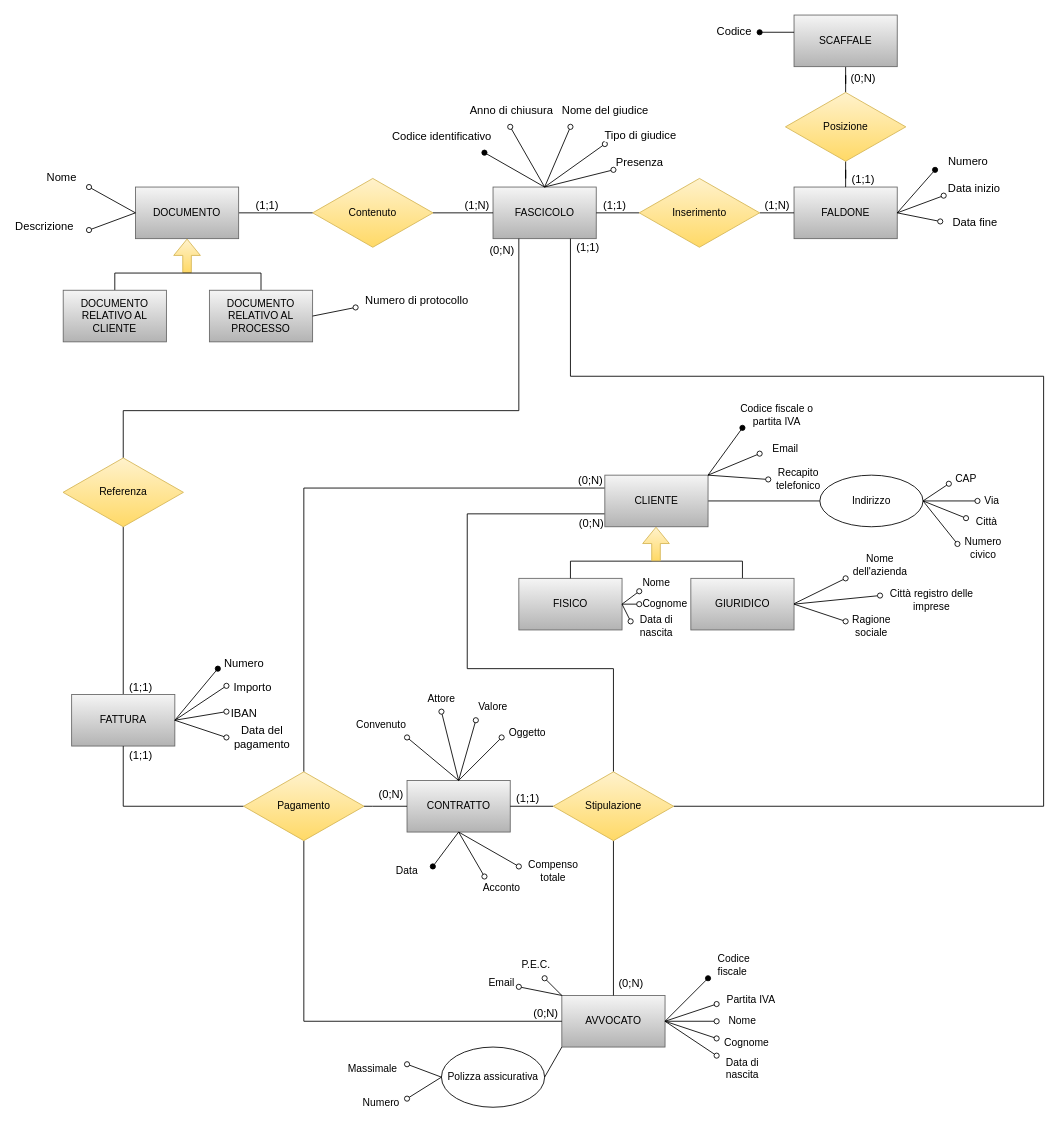
The draw.io diagram DiagrammaER_Completo_Iniziale.drawio in AndreaCiv/BasiDiDati, before the edit. Source tidied: cells renumbered, new cells numbered last; positions are measured from the earlier drawing's top-left corner, leaving out a move shared by most shapes. Both pictures are drawn from the tidied source at 86%, with x=0, y=0 at pixel (63, 15).
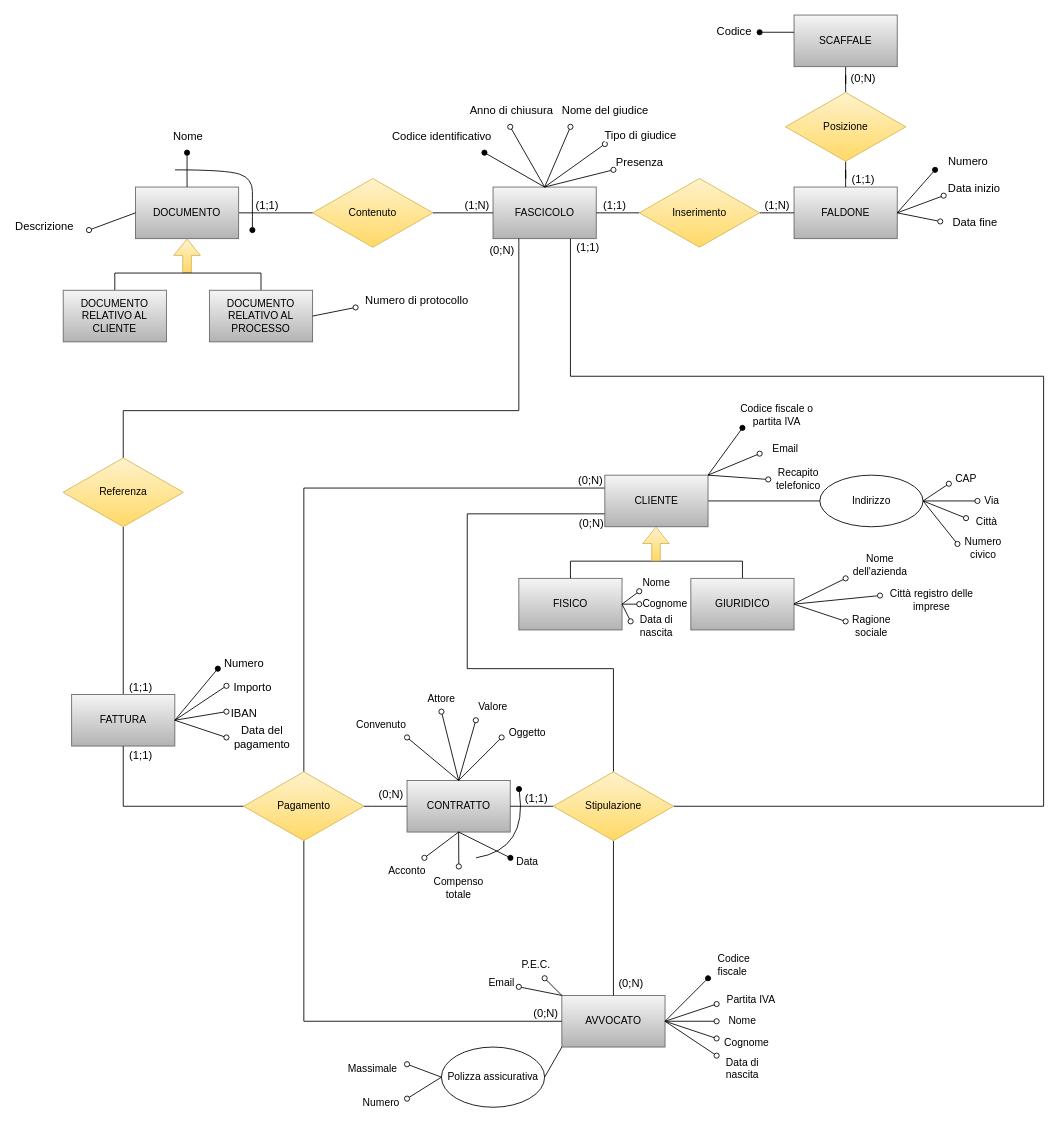
Above is the later version.

Unchanged cells that the change refers to:
```xml
<mxCell id="38" value="DOCUMENTO" style="rounded=0;whiteSpace=wrap;html=1;fillColor=#f5f5f5;gradientColor=#b3b3b3;strokeColor=#666666;" parent="1" vertex="1">
  <mxGeometry x="84" y="200" width="120" height="60" as="geometry" />
</mxCell>
<mxCell id="49" value="CONTRATTO" style="rounded=0;whiteSpace=wrap;html=1;fillColor=#f5f5f5;gradientColor=#b3b3b3;strokeColor=#666666;" parent="1" vertex="1">
  <mxGeometry x="399.8" y="890" width="120" height="60" as="geometry" />
</mxCell>
<mxCell id="56" style="edgeStyle=orthogonalEdgeStyle;rounded=0;jettySize=auto;html=1;startArrow=none;startFill=0;endArrow=none;endFill=0;" parent="1" edge="1" source="62" target="49">
  <mxGeometry relative="1" as="geometry" />
</mxCell>
```

What changed in the source:
```diff
@@
-    <mxCell id="39" style="endArrow=oval;html=1;rounded=0;exitX=0;exitY=0.5;exitDx=0;exitDy=0;endFill=0;" parent="1" edge="1" source="38">
+    <mxCell id="39" style="endArrow=oval;html=1;rounded=0;exitX=0.5;exitY=0;exitDx=0;exitDy=0;endFill=1;" parent="1" edge="1" source="38">
       <mxGeometry relative="1" as="geometry">
-        <mxPoint x="30" y="200" as="targetPoint" />
+        <mxPoint x="144" y="160" as="targetPoint" />
       </mxGeometry>
     </mxCell>
     <mxCell id="40" value="&lt;font style=&quot;font-size: 13px&quot;&gt;Nome&lt;/font&gt;" style="edgeLabel;html=1;align=center;verticalAlign=middle;" parent="39" vertex="1">
       <mxGeometry x="0.58" y="1" relative="1" as="geometry">
-        <mxPoint x="-43" y="-19" as="offset" />
+        <mxPoint x="1" y="-28" as="offset" />
       </mxGeometry>
     </mxCell>
@@
     <mxCell id="57" value="(1;1)" style="edgeLabel;html=1;align=center;verticalAlign=middle;fontSize=13;" parent="56" vertex="1">
       <mxGeometry x="0.6" y="2" relative="1" as="geometry">
-        <mxPoint x="10" y="-12" as="offset" />
+        <mxPoint x="20" y="-12" as="offset" />
       </mxGeometry>
     </mxCell>
@@
     <mxCell id="88" style="endArrow=oval;html=1;rounded=0;endFill=0;exitX=0.5;exitY=1;exitDx=0;exitDy=0;" parent="1" edge="1" source="49">
       <mxGeometry relative="1" as="geometry">
-        <mxPoint x="529.8" y="990" as="targetPoint" />
+        <mxPoint x="460" y="990" as="targetPoint" />
       </mxGeometry>
     </mxCell>
     <mxCell id="89" value="Compenso&lt;br&gt;totale" style="text;html=1;strokeColor=none;fillColor=none;align=center;verticalAlign=middle;whiteSpace=wrap;rounded=0;" parent="1" vertex="1">
-      <mxGeometry x="539.8" y="980" width="60" height="30" as="geometry" />
+      <mxGeometry x="430" y="1000" width="60" height="30" as="geometry" />
     </mxCell>
     <mxCell id="90" style="endArrow=oval;html=1;rounded=0;endFill=0;exitX=0.5;exitY=1;exitDx=0;exitDy=0;" parent="1" edge="1" source="49">
       <mxGeometry relative="1" as="geometry">
-        <mxPoint x="489.8" y="1001.7" as="targetPoint" />
+        <mxPoint x="420" y="980" as="targetPoint" />
       </mxGeometry>
     </mxCell>
     <mxCell id="91" value="Acconto" style="text;html=1;strokeColor=none;fillColor=none;align=center;verticalAlign=middle;whiteSpace=wrap;rounded=0;" parent="1" vertex="1">
-      <mxGeometry x="479.8" y="1000" width="60" height="30" as="geometry" />
+      <mxGeometry x="370" y="980" width="60" height="30" as="geometry" />
     </mxCell>
     <mxCell id="92" style="endArrow=oval;html=1;rounded=0;endFill=1;exitX=0.5;exitY=1;exitDx=0;exitDy=0;" parent="1" edge="1" source="49">
       <mxGeometry relative="1" as="geometry">
-        <mxPoint x="429.8" y="990" as="targetPoint" />
+        <mxPoint x="520" y="980" as="targetPoint" />
       </mxGeometry>
     </mxCell>
     <mxCell id="93" value="Data" style="text;html=1;strokeColor=none;fillColor=none;align=center;verticalAlign=middle;whiteSpace=wrap;rounded=0;" parent="1" vertex="1">
-      <mxGeometry x="369.8" y="980" width="60" height="30" as="geometry" />
+      <mxGeometry x="509.8" y="970" width="60" height="30" as="geometry" />
     </mxCell>
@@
+    <mxCell id="150" style="curved=1;endArrow=oval;html=1;rounded=0;endFill=1;" parent="1" edge="1">
+      <mxGeometry relative="1" as="geometry">
+        <mxPoint x="130" y="180" as="sourcePoint" />
+        <mxPoint x="220" y="250" as="targetPoint" />
+        <Array as="points">
+          <mxPoint x="190" y="180" />
+          <mxPoint x="220" y="190" />
+          <mxPoint x="220" y="220" />
+        </Array>
+      </mxGeometry>
+    </mxCell>
+    <mxCell id="151" style="curved=1;endArrow=oval;html=1;rounded=0;endFill=1;" parent="1" edge="1">
+      <mxGeometry relative="1" as="geometry">
+        <mxPoint x="480" y="980" as="sourcePoint" />
+        <mxPoint x="530" y="900" as="targetPoint" />
+        <Array as="points">
+          <mxPoint x="540" y="970" />
+        </Array>
+      </mxGeometry>
+    </mxCell>
```
